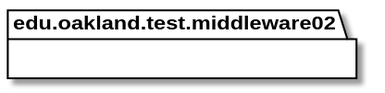
Earlier version of the PlantUML export docs/uml-class-diagrams/middleware02/test/Middleware02TestPackage.svg (elilley15/csi-3370-software-project).
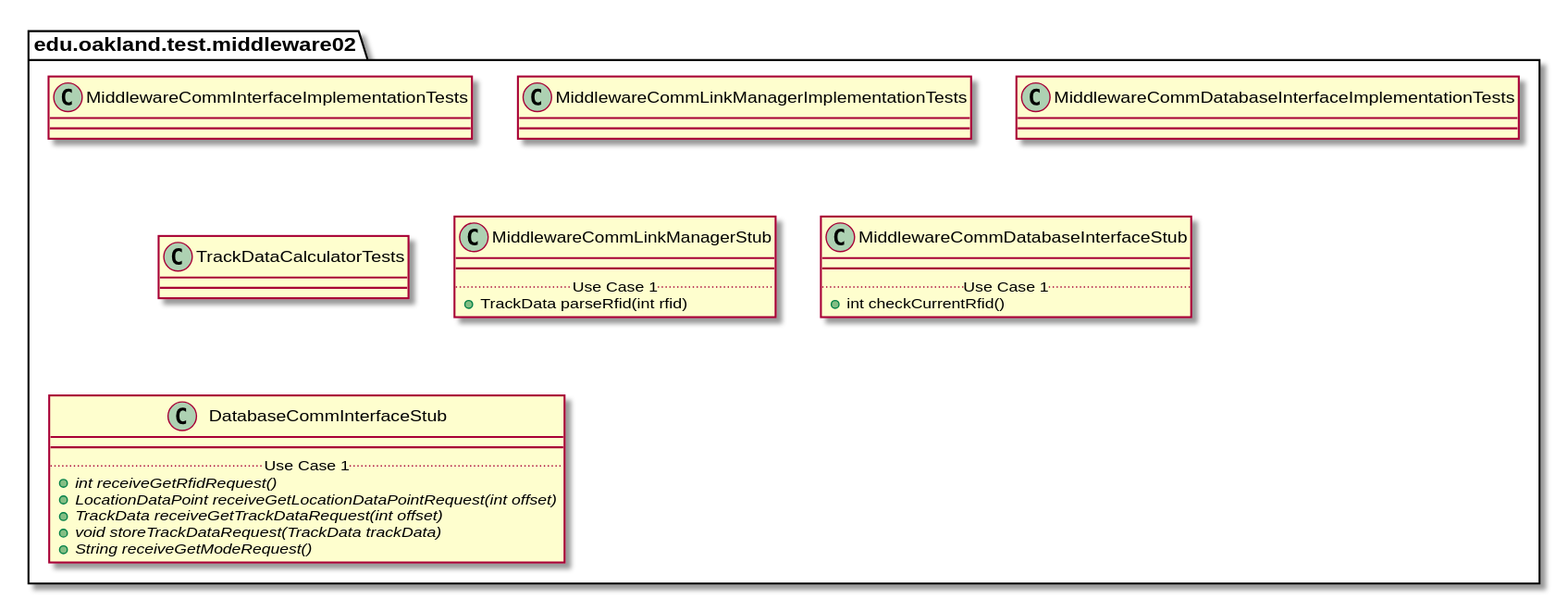
The same file after the commit.

Change to the diagram source:
```diff
@@ -4,4 +4,64 @@
 
 }
 
+
+package edu.oakland.test.middleware02 {
+    class MiddlewareCommInterfaceImplementationTests {
+
+    }
+}
+
+
+package edu.oakland.test.middleware02 {
+    class MiddlewareCommLinkManagerImplementationTests {
+
+    }
+}
+
+
+package edu.oakland.test.middleware02 {
+    class MiddlewareCommDatabaseInterfaceImplementationTests {
+
+    }
+}
+
+
+package edu.oakland.test.middleware02 {
+    class TrackDataCalculatorTests {
+
+    }
+}
+
+
+package edu.oakland.test.middleware02 {
+    class MiddlewareCommLinkManagerStub {
+        __
+        .. Use Case 1 ..
+        + TrackData parseRfid(int rfid)
+    }
+}
+
+
+package edu.oakland.test.middleware02 {
+    class MiddlewareCommDatabaseInterfaceStub {
+        __
+        .. Use Case 1 ..
+        + int checkCurrentRfid()
+    }
+}
+
+
+package edu.oakland.test.middleware02 {
+    class DatabaseCommInterfaceStub {
+        __
+        .. Use Case 1 ..
+        {abstract} + int receiveGetRfidRequest()
+        {abstract} + LocationDataPoint receiveGetLocationDataPointRequest(int offset)
+        {abstract} + TrackData receiveGetTrackDataRequest(int offset)
+        {abstract} + void storeTrackDataRequest(TrackData trackData)
+        {abstract} + String receiveGetModeRequest()
+    }
+}
+
+
 @enduml
```
